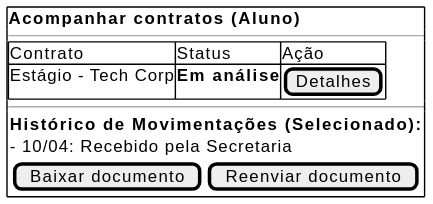
Before: docs/assets/Diagramas/out/acompanhar_contrato_aluno.svg, a diagram exported from PlantUML (Projetos-de-Extensao/PBE_26.1_8002_III). The source it was exported from:
```plantuml
@startsalt
{+
**Acompanhar contratos (Aluno)**
--
{#
Contrato | Status | Ação
Estágio - Tech Corp | **Em análise** | [Detalhes]
}
--
{
**Histórico de Movimentações (Selecionado):**
- 10/04: Recebido pela Secretaria
{ [Baixar documento] | [Reenviar documento] }
}
}
}


@endsalt
```
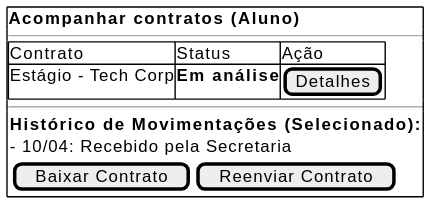
Above is the later version.

The edit, as a diff of the source:
```diff
@@ -10,7 +10,7 @@
 {
 **Histórico de Movimentações (Selecionado):**
 - 10/04: Recebido pela Secretaria
-{ [Baixar documento] | [Reenviar documento] }
+{ [Baixar Contrato] | [Reenviar Contrato] }
 }
 }
 }
```
